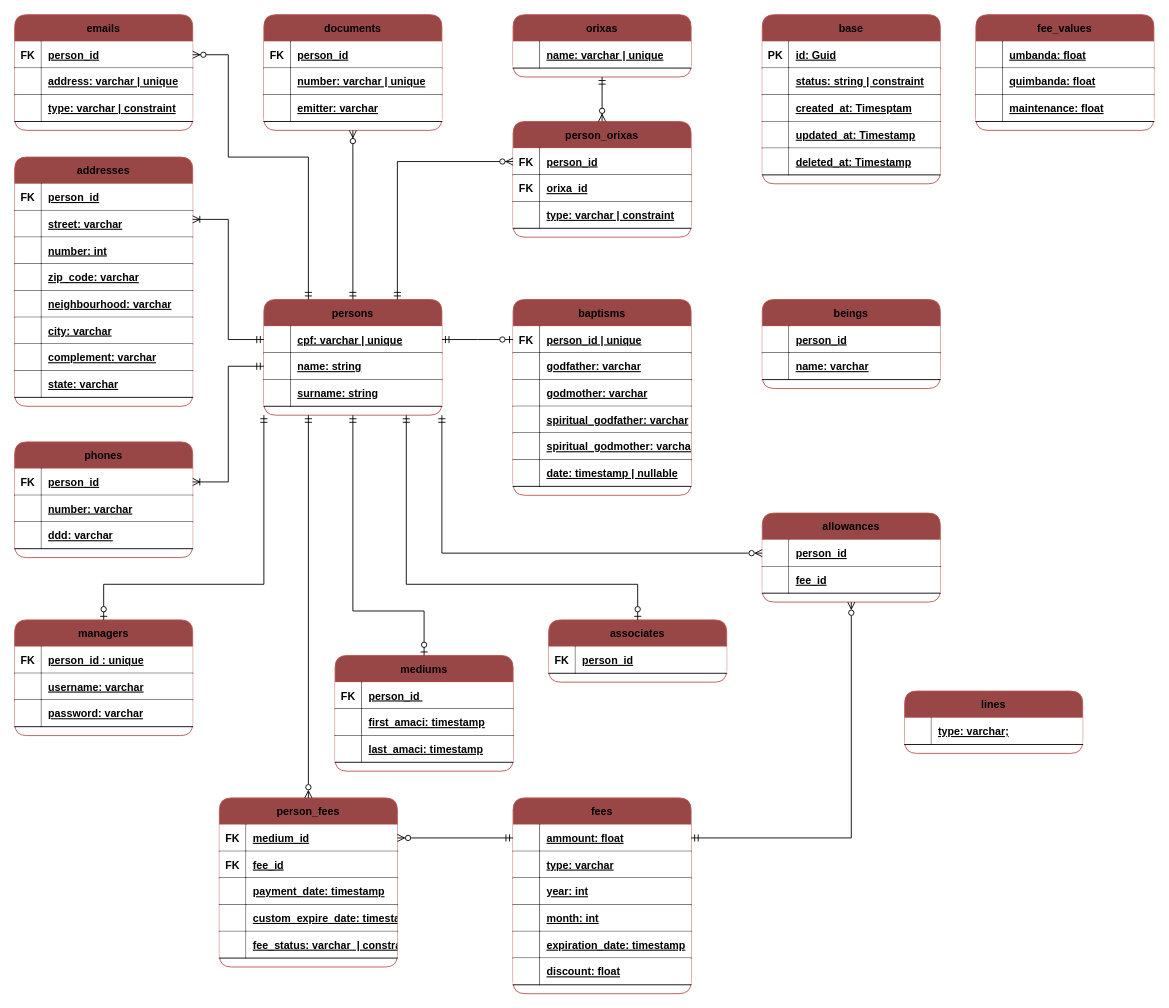
Before: Database.drawio in hbenvenutti/Lira, a draw.io diagram. Source tidied: cells renumbered, new cells numbered last; positions are measured from the earlier drawing's top-left corner, leaving out a move shared by most shapes. Both pictures are drawn from the tidied source at 89%, with x=0, y=0 at pixel (14, 14).
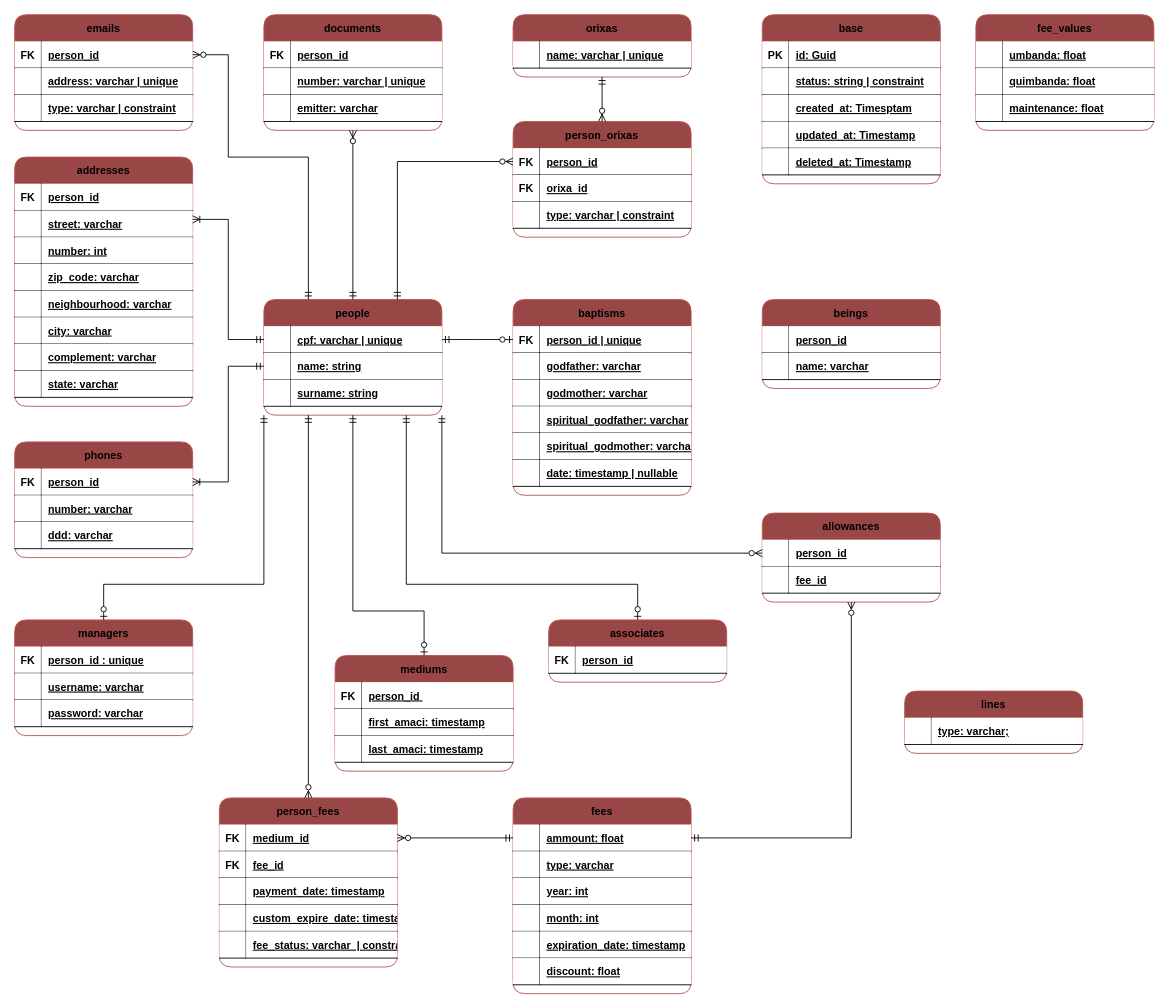
After the change.

Commit message (it also covers changes not shown here):
renamed persons to people

What changed in the source:
```diff
@@
-    <mxCell id="2" value="persons" style="shape=table;startSize=30;childLayout=tableLayout;rowLines=0;fontStyle=1;align=center;fillColor=#994646;strokeColor=#b85450;rounded=1;gradientColor=none;" parent="1" vertex="1">
+    <mxCell id="2" value="people" style="shape=table;startSize=30;childLayout=tableLayout;rowLines=0;fontStyle=1;align=center;fillColor=#994646;strokeColor=#b85450;rounded=1;gradientColor=none;" parent="1" vertex="1">
       <mxGeometry x="280" y="320" width="200" height="130" as="geometry" />
     </mxCell>
```
